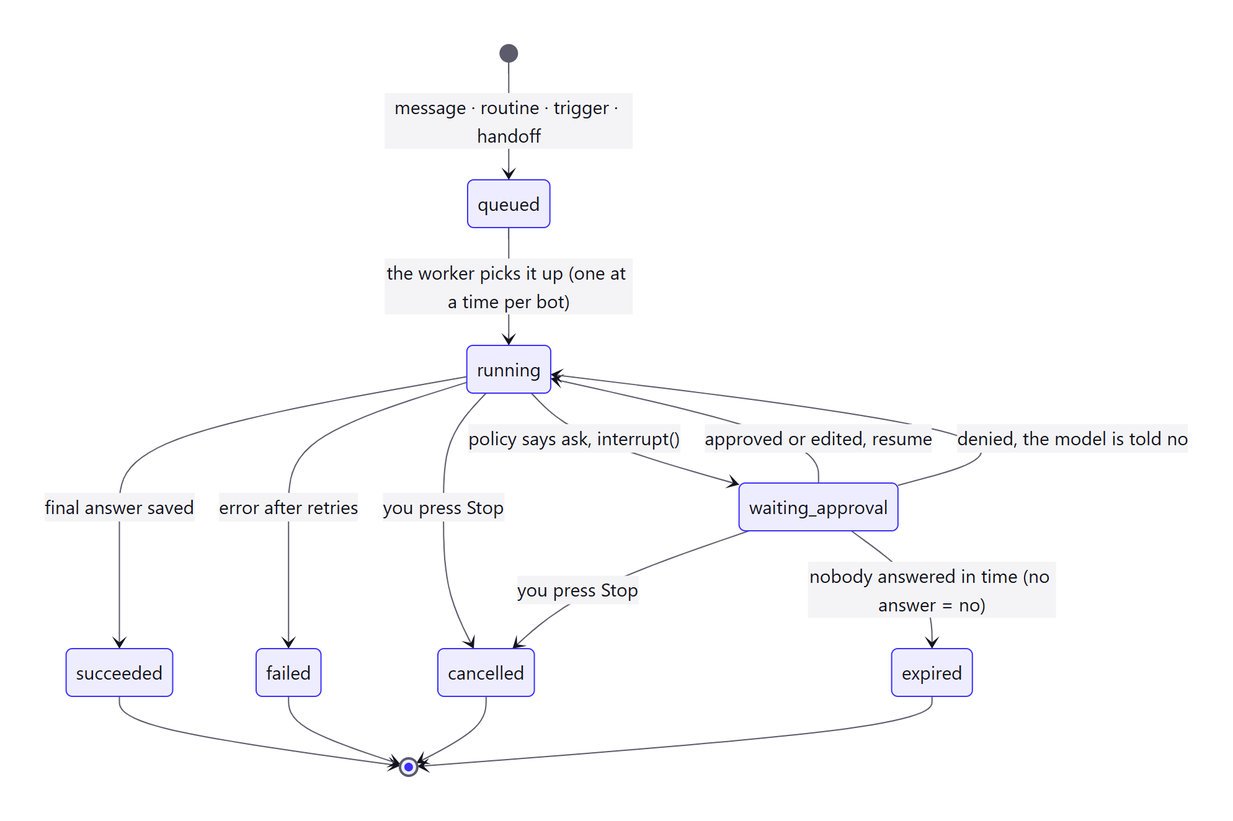
alihassan-coder/botdesk keeps this Mermaid diagram as docs/architecture/diagrams/png/11-run-states.png. Above is the earlier version. Its source is kept beside it as docs/architecture/diagrams/11-run-states.mmd. Source of this version:
```mermaid
stateDiagram-v2
  [*] --> queued: message · routine · trigger · handoff
  queued --> running: the worker picks it up (one at a time per bot)
  running --> waiting_approval: policy says ask, interrupt()
  waiting_approval --> running: approved or edited, resume
  waiting_approval --> running: denied, the model is told no
  waiting_approval --> expired: nobody answered in time (no answer = no)
  running --> succeeded: final answer saved
  running --> failed: error after retries
  running --> cancelled: you press Stop
  waiting_approval --> cancelled: you press Stop
  succeeded --> [*]
  failed --> [*]
  cancelled --> [*]
  expired --> [*]
```
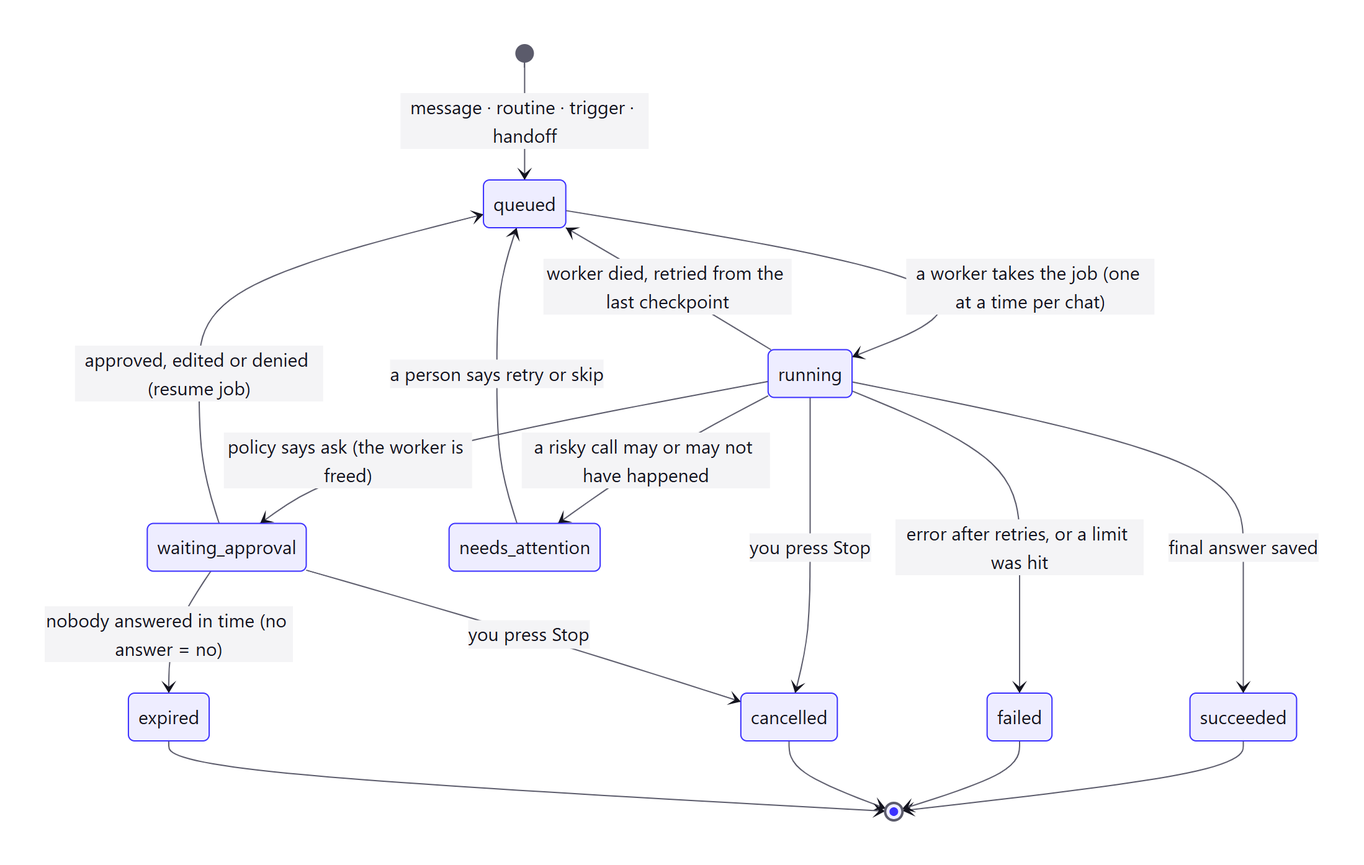
Above is the later version.

Diff of the diagram source:
```diff
@@ -1,12 +1,14 @@
 stateDiagram-v2
   [*] --> queued: message · routine · trigger · handoff
-  queued --> running: the worker picks it up (one at a time per bot)
-  running --> waiting_approval: policy says ask, interrupt()
-  waiting_approval --> running: approved or edited, resume
-  waiting_approval --> running: denied, the model is told no
+  queued --> running: a worker takes the job (one at a time per chat)
+  running --> waiting_approval: policy says ask (the worker is freed)
+  waiting_approval --> queued: approved, edited or denied (resume job)
   waiting_approval --> expired: nobody answered in time (no answer = no)
   running --> succeeded: final answer saved
-  running --> failed: error after retries
+  running --> queued: worker died, retried from the last checkpoint
+  running --> failed: error after retries, or a limit was hit
+  running --> needs_attention: a risky call may or may not have happened
+  needs_attention --> queued: a person says retry or skip
   running --> cancelled: you press Stop
   waiting_approval --> cancelled: you press Stop
   succeeded --> [*]
```
